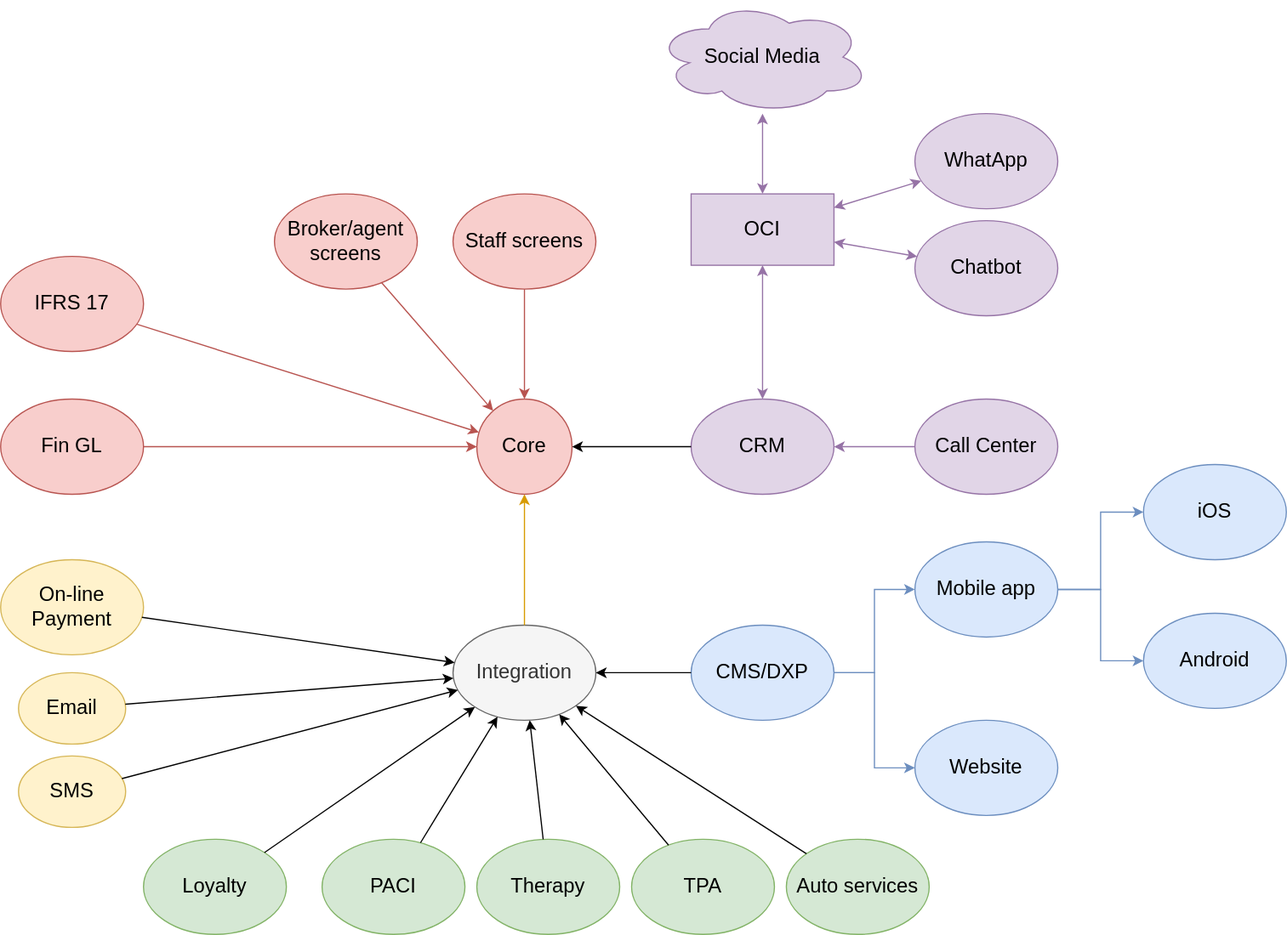
The draw.io diagram Astra Components(3).drawio.svg in computerchi/athome, before a commit. Source tidied: cells renumbered, new cells last; positions are measured from the earlier drawing's top-left corner, leaving out a move shared by most shapes.
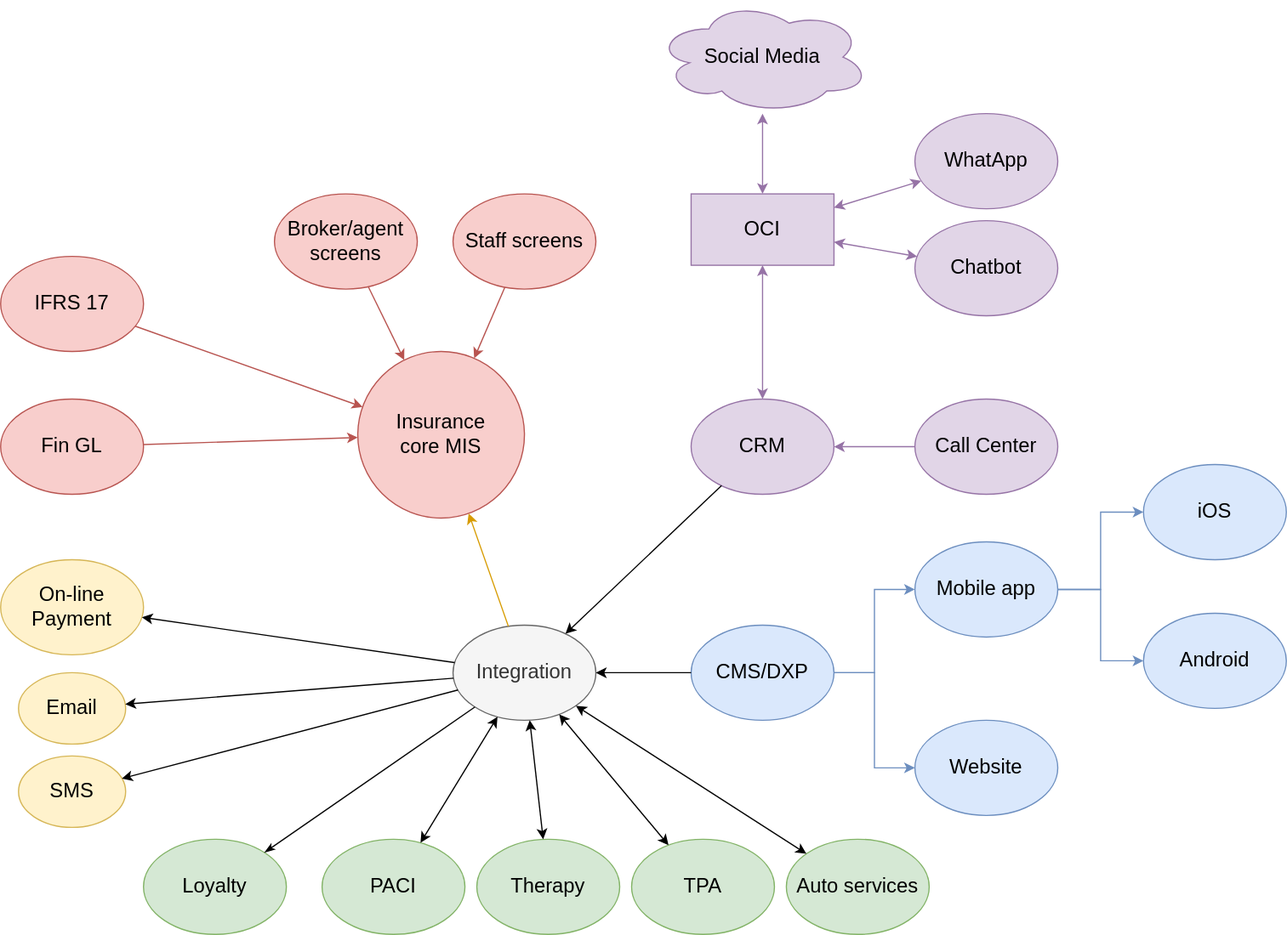
The same diagram one commit later.

Diff of the diagram source:
```diff
@@ -5,8 +5,8 @@
     <mxCell id="2" value="Staff screens" style="ellipse;whiteSpace=wrap;html=1;fillColor=#f8cecc;strokeColor=#b85450;fontSize=17;" parent="1" vertex="1">
       <mxGeometry x="380" y="162.5" width="120" height="80" as="geometry" />
     </mxCell>
-    <mxCell id="3" value="Core" style="ellipse;whiteSpace=wrap;html=1;fillColor=#f8cecc;fontSize=17;strokeColor=#b85450;" parent="1" vertex="1">
-      <mxGeometry x="400" y="335" width="80" height="80" as="geometry" />
+    <mxCell id="3" value="&lt;div&gt;Insurance &lt;br&gt;&lt;/div&gt;&lt;div&gt;core MIS&lt;/div&gt;" style="ellipse;whiteSpace=wrap;html=1;fillColor=#f8cecc;fontSize=17;strokeColor=#b85450;" parent="1" vertex="1">
+      <mxGeometry x="300" y="295" width="140" height="140" as="geometry" />
     </mxCell>
     <mxCell id="4" value="Integration" style="ellipse;whiteSpace=wrap;html=1;fillColor=#f5f5f5;strokeColor=#666666;fontSize=17;fontColor=#333333;" parent="1" vertex="1">
       <mxGeometry x="380" y="525" width="120" height="80" as="geometry" />
@@ -29,7 +29,7 @@
     <mxCell id="10" style="endArrow=classic;html=1;rounded=0;fontSize=17;fillColor=#f8cecc;strokeColor=#b85450;" parent="1" edge="1" source="8" target="3">
       <mxGeometry relative="1" as="geometry" />
     </mxCell>
-    <mxCell id="11" style="endArrow=classic;html=1;rounded=0;fontSize=17;" parent="1" edge="1" source="7" target="3">
+    <mxCell id="11" style="endArrow=classic;html=1;rounded=0;fontSize=17;" parent="1" edge="1" source="7" target="4">
       <mxGeometry relative="1" as="geometry" />
     </mxCell>
     <mxCell id="12" style="endArrow=classic;html=1;rounded=0;fontSize=17;fillColor=#f8cecc;strokeColor=#b85450;" parent="1" edge="1" source="6" target="3">
@@ -68,7 +68,7 @@
     <mxCell id="23" value="Therapy" style="ellipse;whiteSpace=wrap;html=1;fillColor=#d5e8d4;strokeColor=#82b366;fontSize=17;" parent="1" vertex="1">
       <mxGeometry x="400" y="705" width="120" height="80" as="geometry" />
     </mxCell>
-    <mxCell id="24" style="endArrow=classic;html=1;rounded=0;fontSize=17;" parent="1" edge="1" source="23" target="4">
+    <mxCell id="24" style="endArrow=classic;html=1;rounded=0;fontSize=17;startArrow=classic;startFill=1;" parent="1" edge="1" source="23" target="4">
       <mxGeometry relative="1" as="geometry" />
     </mxCell>
     <mxCell id="25" style="edgeStyle=orthogonalEdgeStyle;rounded=0;jettySize=auto;html=1;fillColor=#dae8fc;strokeColor=#6c8ebf;" parent="1" edge="1" source="27" target="43">
@@ -86,7 +86,7 @@
     <mxCell id="29" value="&lt;div&gt;TPA&lt;/div&gt;" style="ellipse;whiteSpace=wrap;html=1;fillColor=#d5e8d4;strokeColor=#82b366;fontSize=17;" parent="1" vertex="1">
       <mxGeometry x="530" y="705" width="120" height="80" as="geometry" />
     </mxCell>
-    <mxCell id="30" style="endArrow=classic;html=1;rounded=0;fontSize=17;" parent="1" edge="1" source="29" target="4">
+    <mxCell id="30" style="endArrow=classic;html=1;rounded=0;fontSize=17;startArrow=classic;startFill=1;" parent="1" edge="1" source="29" target="4">
       <mxGeometry relative="1" as="geometry" />
     </mxCell>
     <mxCell id="31" value="&lt;div style=&quot;font-size: 17px;&quot;&gt;On-line Payment&lt;br style=&quot;font-size: 17px;&quot;&gt;&lt;/div&gt;" style="ellipse;whiteSpace=wrap;html=1;fillColor=#fff2cc;strokeColor=#d6b656;fontSize=17;" parent="1" vertex="1">
@@ -98,13 +98,13 @@
     <mxCell id="33" value="SMS" style="ellipse;whiteSpace=wrap;html=1;fillColor=#fff2cc;strokeColor=#d6b656;fontSize=17;" parent="1" vertex="1">
       <mxGeometry x="15" y="635" width="90" height="60" as="geometry" />
     </mxCell>
-    <mxCell id="34" style="endArrow=none;html=1;rounded=0;fontSize=17;startArrow=classic;startFill=1;endFill=0;" parent="1" edge="1" source="4" target="32">
+    <mxCell id="34" style="endArrow=classic;html=1;rounded=0;fontSize=17;startArrow=none;startFill=0;endFill=1;" parent="1" edge="1" source="4" target="32">
       <mxGeometry relative="1" as="geometry" />
     </mxCell>
-    <mxCell id="35" style="endArrow=none;html=1;rounded=0;fontSize=17;startArrow=classic;startFill=1;endFill=0;" parent="1" edge="1" source="4" target="33">
+    <mxCell id="35" style="endArrow=classic;html=1;rounded=0;fontSize=17;startArrow=none;startFill=0;endFill=1;" parent="1" edge="1" source="4" target="33">
       <mxGeometry relative="1" as="geometry" />
     </mxCell>
-    <mxCell id="36" style="endArrow=classic;html=1;rounded=0;fontSize=17;" parent="1" edge="1" source="31" target="4">
+    <mxCell id="36" style="endArrow=none;html=1;rounded=0;fontSize=17;startArrow=classic;startFill=1;endFill=0;" parent="1" edge="1" source="31" target="4">
       <mxGeometry relative="1" as="geometry" />
     </mxCell>
     <mxCell id="37" value="WhatApp" style="ellipse;whiteSpace=wrap;html=1;fillColor=#e1d5e7;strokeColor=#9673a6;fontSize=17;" parent="1" vertex="1">
@@ -116,13 +116,13 @@
     <mxCell id="39" value="Loyalty" style="ellipse;whiteSpace=wrap;html=1;fillColor=#d5e8d4;strokeColor=#82b366;fontSize=17;" parent="1" vertex="1">
       <mxGeometry x="120" y="705" width="120" height="80" as="geometry" />
     </mxCell>
-    <mxCell id="40" style="endArrow=classic;html=1;rounded=0;" parent="1" edge="1" source="39" target="4">
+    <mxCell id="40" style="endArrow=none;html=1;rounded=0;startArrow=classicThin;startFill=1;endFill=0;" parent="1" edge="1" source="39" target="4">
       <mxGeometry relative="1" as="geometry" />
     </mxCell>
     <mxCell id="41" value="PACI" style="ellipse;whiteSpace=wrap;html=1;fillColor=#d5e8d4;strokeColor=#82b366;fontSize=17;" parent="1" vertex="1">
       <mxGeometry x="270" y="705" width="120" height="80" as="geometry" />
     </mxCell>
-    <mxCell id="42" style="endArrow=classic;html=1;rounded=0;" parent="1" edge="1" source="41" target="4">
+    <mxCell id="42" style="endArrow=classic;html=1;rounded=0;startArrow=classic;startFill=1;" parent="1" edge="1" source="41" target="4">
       <mxGeometry relative="1" as="geometry" />
     </mxCell>
     <mxCell id="43" value="Website" style="ellipse;whiteSpace=wrap;html=1;fillColor=#dae8fc;strokeColor=#6c8ebf;fontSize=17;" parent="1" vertex="1">
@@ -146,7 +146,7 @@
     <mxCell id="49" value="Auto services" style="ellipse;whiteSpace=wrap;html=1;fillColor=#d5e8d4;strokeColor=#82b366;fontSize=17;" parent="1" vertex="1">
       <mxGeometry x="660" y="705" width="120" height="80" as="geometry" />
     </mxCell>
-    <mxCell id="50" style="endArrow=classic;html=1;rounded=0;" parent="1" edge="1" source="49" target="4">
+    <mxCell id="50" style="endArrow=classic;html=1;rounded=0;startArrow=classic;startFill=1;" parent="1" edge="1" source="49" target="4">
       <mxGeometry relative="1" as="geometry" />
     </mxCell>
   </root>
```
